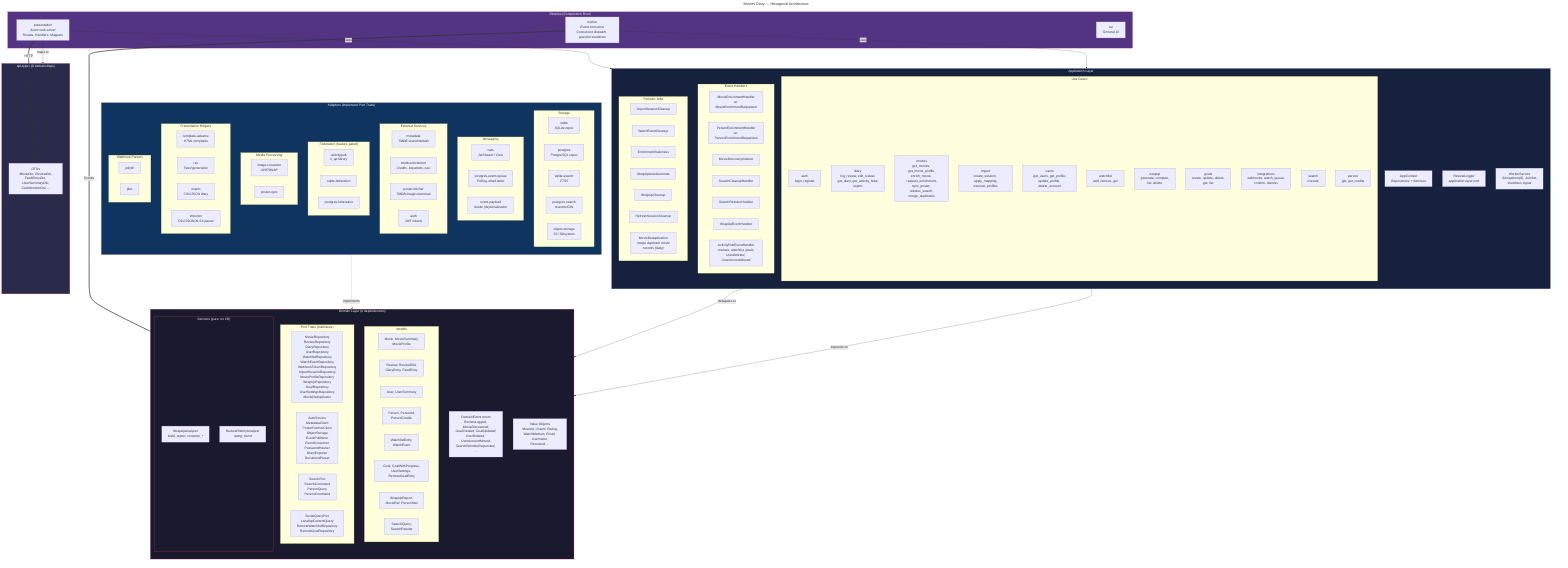
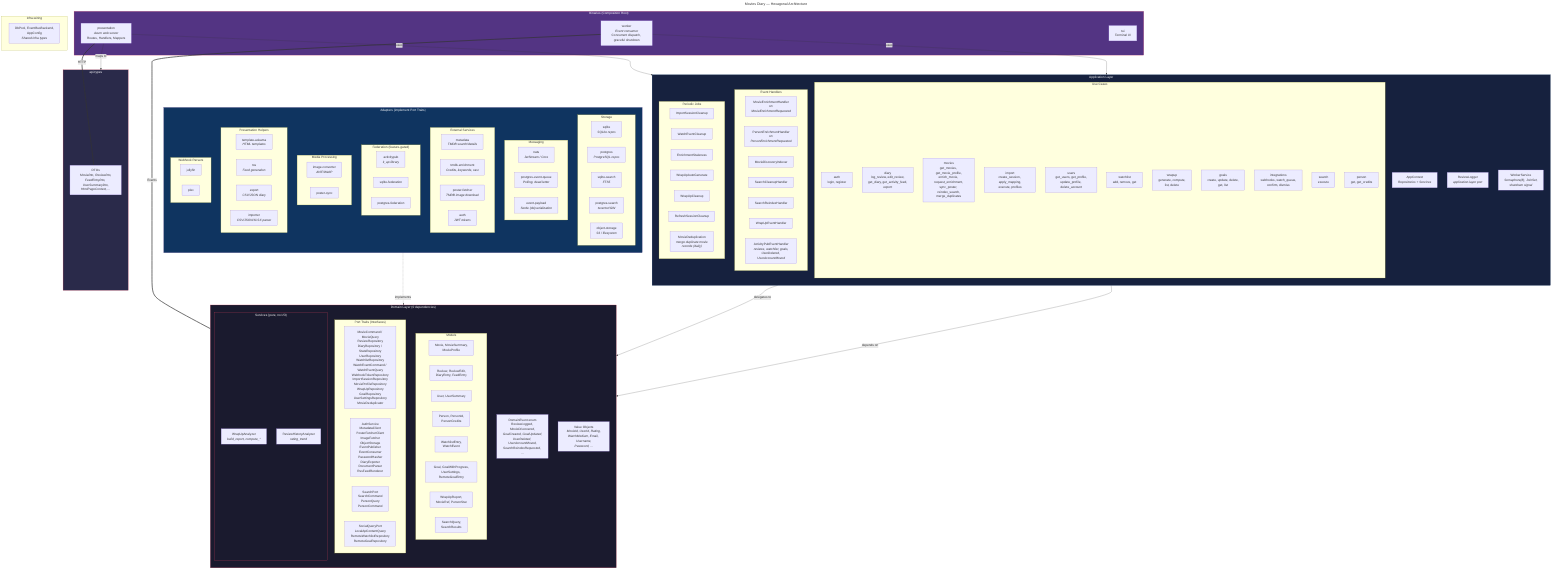
---
title: Movies Diary — Hexagonal Architecture
---
graph TB
    subgraph Binaries["Binaries (Composition Root)"]
        WEB["presentation<br/><i>Axum web server</i><br/>Routes, Handlers, Mappers"]
        WORKER["worker<br/><i>Event consumer</i><br/>Concurrent dispatch, graceful shutdown"]
        TUI["tui<br/><i>Terminal UI</i>"]
    end

    subgraph Application["Application Layer"]
        direction TB
        CTX["AppContext<br/><i>Repositories + Services</i>"]
        APP_PORTS["ReviewLogger<br/><i>application-layer port</i>"]
        subgraph UseCases["Use Cases"]
            UC_AUTH["auth<br/>login, register"]
            UC_DIARY["diary<br/>log_review, edit_review,<br/>get_diary, get_activity_feed,<br/>export"]
            UC_MOVIES["movies<br/>get_movies, get_movie_profile,<br/>enrich_movie, request_enrichment,<br/>sync_poster, reindex_search,<br/>merge_duplicates"]
            UC_IMPORT["import<br/>create_session, apply_mapping,<br/>execute, profiles"]
            UC_USERS["users<br/>get_users, get_profile,<br/>update_profile, delete_account"]
            UC_WATCHLIST["watchlist<br/>add, remove, get"]
            UC_WRAPUP["wrapup<br/>generate, compute,<br/>list, delete"]
            UC_GOALS["goals<br/>create, update, delete,<br/>get, list"]
            UC_INTEGRATIONS["integrations<br/>webhooks, watch_queue,<br/>confirm, dismiss"]
            UC_SEARCH["search<br/>execute"]
            UC_PERSON["person<br/>get, get_credits"]
        end
        subgraph EventHandlers["Event Handlers"]
            EH_MOVIE["MovieEnrichmentHandler<br/><i>on MovieEnrichmentRequested</i>"]
            EH_PERSON["PersonEnrichmentHandler<br/><i>on PersonEnrichmentRequested</i>"]
            EH_DISCOVER["MovieDiscoveryIndexer"]
            EH_CLEANUP["SearchCleanupHandler"]
            EH_REINDEX["SearchReindexHandler"]
            EH_WRAPUP["WrapUpEventHandler"]
            EH_AP["ActivityPubEventHandler<br/><i>reviews, watchlist, goals,<br/>UserDeleted, UserAccountMoved</i>"]
        end
        subgraph Jobs["Periodic Jobs"]
            JOB_IMPORT["ImportSessionCleanup"]
            JOB_WATCH["WatchEventCleanup"]
            JOB_STALE["EnrichmentStaleness"]
            JOB_WRAPGEN["WrapUpAutoGenerate"]
            JOB_WRAPCLEAN["WrapUpCleanup"]
            JOB_SESSION["RefreshSessionCleanup"]
            JOB_DEDUP["MovieDeduplication<br/><i>merge duplicate movie<br/>records (daily)</i>"]
        end
        WORKER_SVC["WorkerService<br/><i>Semaphore(8), JoinSet,<br/>shutdown signal</i>"]
    end

    subgraph Domain["Domain Layer (0 dependencies)"]
        direction TB
        subgraph Models["Models"]
            M_MOVIE["Movie, MovieSummary,<br/>MovieProfile"]
            M_REVIEW["Review, ReviewEdit,<br/>DiaryEntry, FeedEntry"]
            M_USER["User, UserSummary"]
            M_PERSON["Person, PersonId,<br/>PersonCredits"]
            M_WATCHLIST["WatchlistEntry,<br/>WatchEvent"]
            M_GOAL["Goal, GoalWithProgress,<br/>UserSettings, RemoteGoalEntry"]
            M_WRAPUP["WrapUpReport,<br/>MovieRef, PersonStat"]
            M_SEARCH["SearchQuery,<br/>SearchResults"]
        end
        subgraph Ports["Port Traits (Interfaces)"]
-             P_REPOS["MovieRepository<br/>ReviewRepository<br/>DiaryRepository<br/>UserRepository<br/>WatchlistRepository<br/>WatchEventRepository<br/>WebhookTokenRepository<br/>ImportSessionRepository<br/>MovieProfileRepository<br/>WrapUpRepository<br/>GoalRepository<br/>UserSettingsRepository<br/>MovieDeduplicator"]
-             P_SERVICES["AuthService<br/>MetadataClient<br/>PosterFetcherClient<br/>ObjectStorage<br/>EventPublisher<br/>EventConsumer<br/>PasswordHasher<br/>DiaryExporter<br/>DocumentParser"]
+             P_REPOS["MovieCommand / MovieQuery<br/>ReviewRepository<br/>DiaryRepository / StatsRepository<br/>UserRepository<br/>WatchlistRepository<br/>WatchEventCommand / WatchEventQuery<br/>WebhookTokenRepository<br/>ImportSessionRepository<br/>MovieProfileRepository<br/>WrapUpRepository<br/>GoalRepository<br/>UserSettingsRepository<br/>MovieDeduplicator"]
+             P_SERVICES["AuthService<br/>MetadataClient<br/>PosterFetcherClient<br/>ImageFetcher<br/>ObjectStorage<br/>EventPublisher<br/>EventConsumer<br/>PasswordHasher<br/>DiaryExporter<br/>DocumentParser<br/>RssFeedRenderer"]
            P_SEARCH["SearchPort<br/>SearchCommand<br/>PersonQuery<br/>PersonCommand"]
            P_FEDERATION["SocialQueryPort<br/>LocalApContentQuery<br/>RemoteWatchlistRepository<br/>RemoteGoalRepository"]
        end
        subgraph DomainServices["Services (pure, no I/O)"]
            DS_WRAPUP["WrapUpAnalyzer<br/><i>build_report, compute_*</i>"]
            DS_REVIEW["ReviewHistoryAnalyzer<br/><i>rating_trend</i>"]
        end
        EVENTS["DomainEvent enum<br/><i>ReviewLogged, MovieDiscovered,<br/>GoalCreated, GoalUpdated,<br/>UserDeleted, UserAccountMoved,<br/>SearchReindexRequested, ...</i>"]
        VO["Value Objects<br/><i>MovieId, UserId, Rating,<br/>WatchMedium, Email, Username,<br/>Password, ...</i>"]
    end

-     subgraph ApiTypes["api-types (0 domain deps)"]
-         DTO["DTOs<br/><i>MovieDto, ReviewDto,<br/>FeedEntryDto, UserSummaryDto,<br/>CastMemberDto, ...</i>"]
+     subgraph ApiTypes["api-types"]
+         DTO["DTOs<br/><i>MovieDto, ReviewDto,<br/>FeedEntryDto, UserSummaryDto,<br/>HtmlPageContext, ...</i>"]
+     end
+ 
+     subgraph InfraWiring["infra-wiring"]
+         IW["DbPool, EventBusBackend,<br/>AppConfig<br/><i>Shared infra types</i>"]
    end

    subgraph Adapters["Adapters (implement Port Traits)"]
        direction TB
        subgraph Storage["Storage"]
            A_SQLITE["sqlite<br/><i>SQLite repos</i>"]
            A_PG["postgres<br/><i>PostgreSQL repos</i>"]
            A_SQLITE_SEARCH["sqlite-search<br/><i>FTS5</i>"]
            A_PG_SEARCH["postgres-search<br/><i>tsvector/GIN</i>"]
            A_OBJ["object-storage<br/><i>S3 / filesystem</i>"]
        end
        subgraph Messaging["Messaging"]
            A_NATS["nats<br/><i>JetStream / Core</i>"]
            A_PG_QUEUE["postgres-event-queue<br/><i>Polling, dead-letter</i>"]
            A_PAYLOAD["event-payload<br/><i>Serde (de)serialization</i>"]
        end
        subgraph External["External Services"]
            A_METADATA["metadata<br/><i>TMDB search/details</i>"]
            A_TMDB["tmdb-enrichment<br/><i>Credits, keywords, cast</i>"]
            A_POSTER["poster-fetcher<br/><i>TMDB image download</i>"]
            A_AUTH["auth<br/><i>JWT tokens</i>"]
        end
        subgraph Federation["Federation (feature-gated)"]
            A_AP["activitypub<br/><i>k_ap library</i>"]
            A_SQLITE_FED["sqlite-federation"]
            A_PG_FED["postgres-federation"]
        end
        subgraph Media["Media Processing"]
            A_IMG["image-converter<br/><i>AVIF/WebP</i>"]
            A_POSTER_SYNC["poster-sync"]
        end
        subgraph Presentation["Presentation Helpers"]
            A_TEMPLATE["template-askama<br/><i>HTML templates</i>"]
            A_RSS["rss<br/><i>Feed generation</i>"]
            A_EXPORT["export<br/><i>CSV/JSON diary</i>"]
            A_IMPORT["importer<br/><i>CSV/JSON/XLSX parser</i>"]
        end
        subgraph Webhooks["Webhook Parsers"]
            A_JELLYFIN["jellyfin"]
            A_PLEX["plex"]
        end
    end

    %% Dependency arrows
    WEB -->|"uses"| Application
    WEB -->|"maps to"| ApiTypes
    WORKER -->|"uses"| Application

    Application -->|"depends on"| Domain
    UC_WRAPUP -->|"delegates to"| DS_WRAPUP

    Adapters -.->|"implements"| Ports

    %% Key data flows
    WEB ===|"HTTP"| DTO
    WORKER ===|"Events"| EVENTS

    classDef domain fill:#1a1a2e,stroke:#e94560,color:#fff
    classDef app fill:#16213e,stroke:#0f3460,color:#fff
    classDef adapter fill:#0f3460,stroke:#533483,color:#fff
    classDef binary fill:#533483,stroke:#e94560,color:#fff
    classDef api fill:#2a2a4a,stroke:#e94560,color:#fff

    class Domain domain
    class DomainServices domain
    class Application app
    class Adapters adapter
    class Binaries binary
    class ApiTypes api
